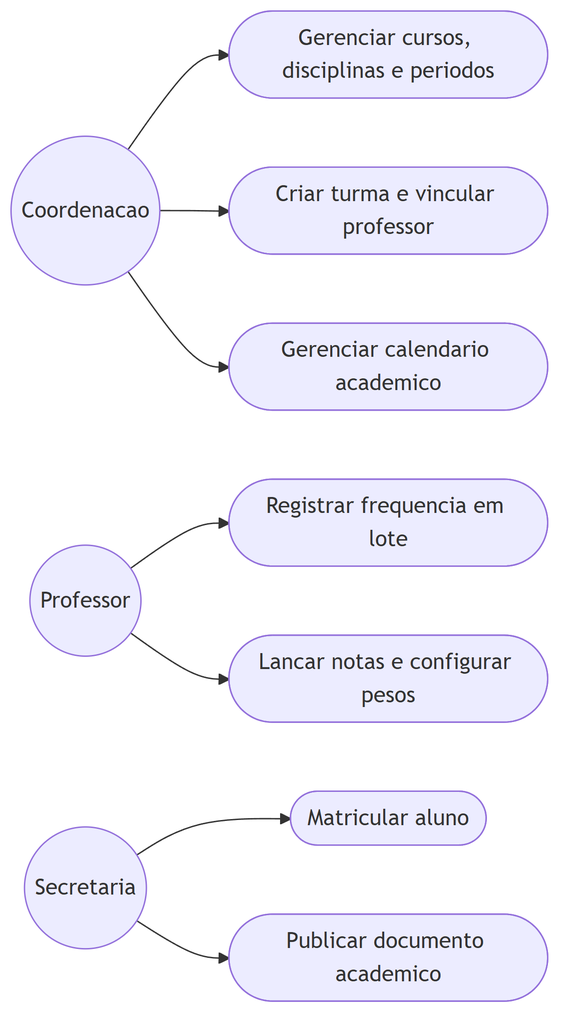
Above: docs/diagramas/png/casos-uso-academy.png in bebberjoao/RoosterOneBackend (Mermaid), before the change. Its source is kept beside it as docs/diagramas/src/casos-uso-academy.mmd.
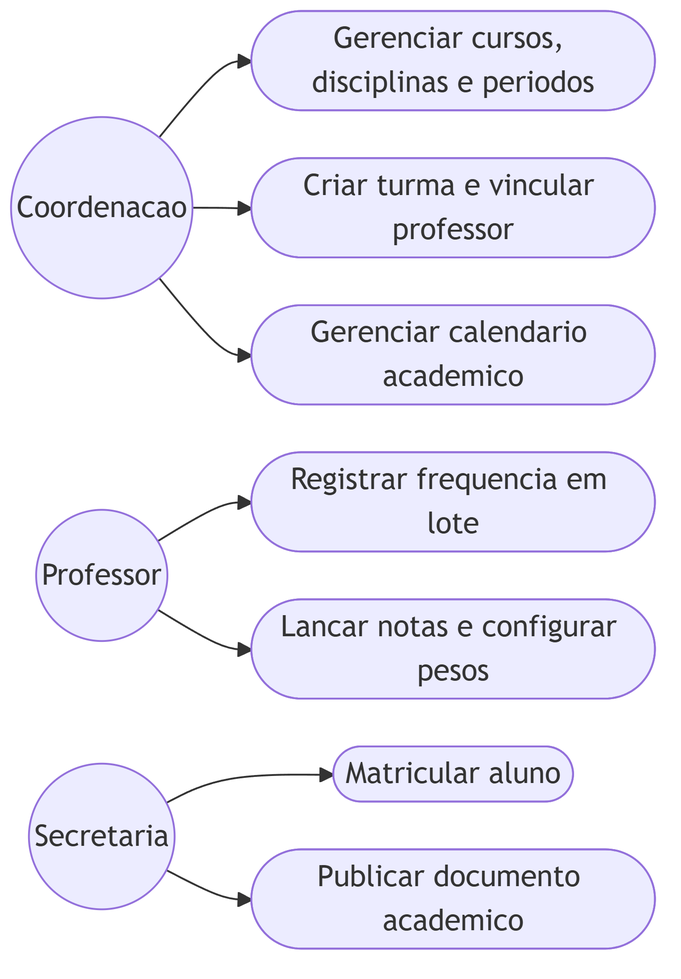
The same file after the commit.

What changed in the source:
```diff
@@ -1,3 +1,4 @@
+%%{init: {"flowchart":{"nodeSpacing":26,"rankSpacing":32,"padding":6,"diagramPadding":6}}}%%
 flowchart LR
   COORD((Coordenacao))
   PROF((Professor))
```
